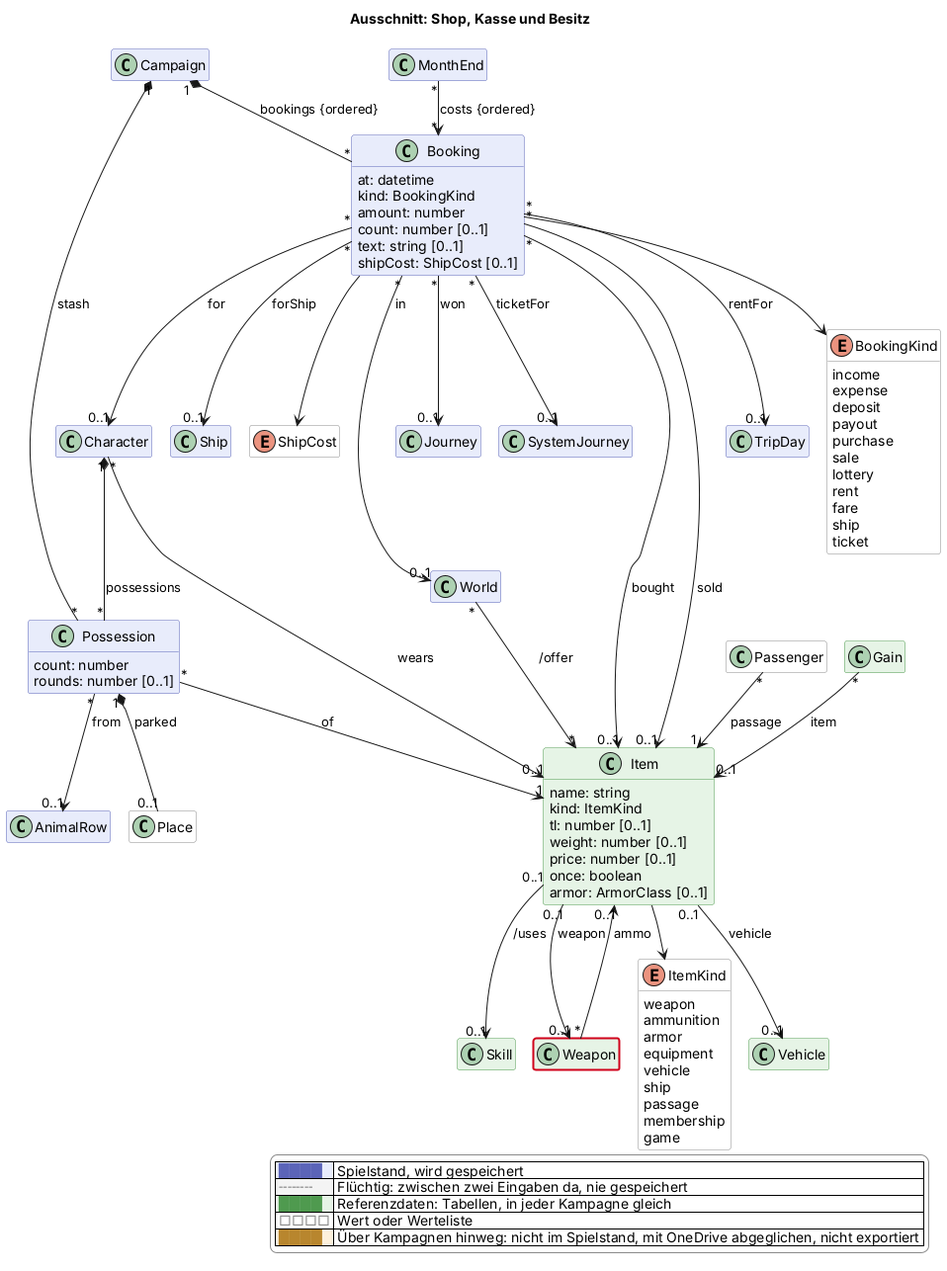
Before: docs/views/shop.png, a diagram exported from PlantUML (scuzzar/SRE).
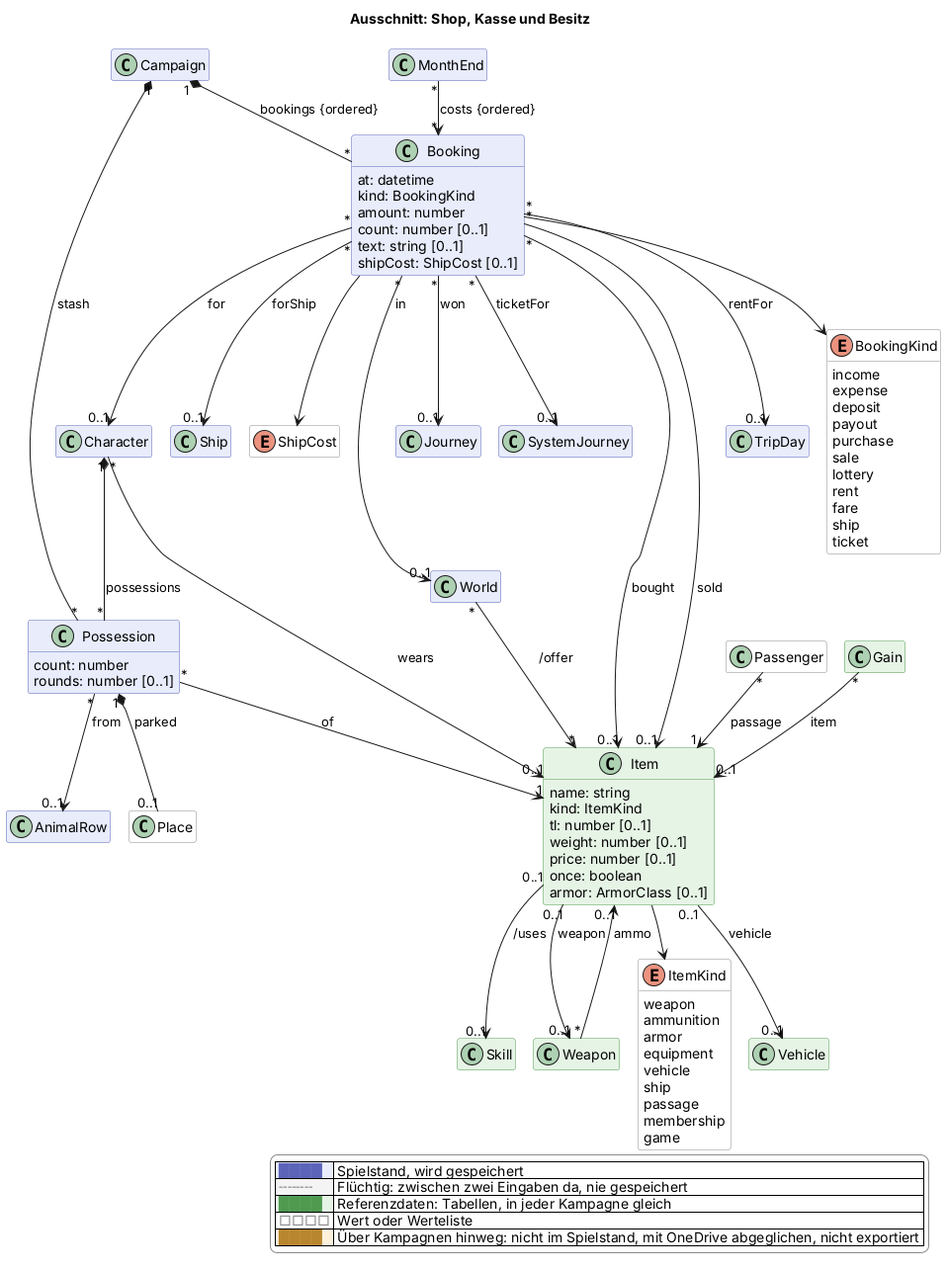
Later version of the same file.

Diff of the diagram source:
```diff
@@ -188,5 +188,4 @@
   |<#ffffff> <color:#8a8a8a>□□□□</color> | Wert oder Werteliste |
   |<#fdf1dc> <color:#b8862e>████</color> | Über Kampagnen hinweg: nicht im Spielstand, mit OneDrive abgeglichen, nicht exportiert |
 endlegend
-class Weapon #line:d0021b;line.bold
 @enduml
```
